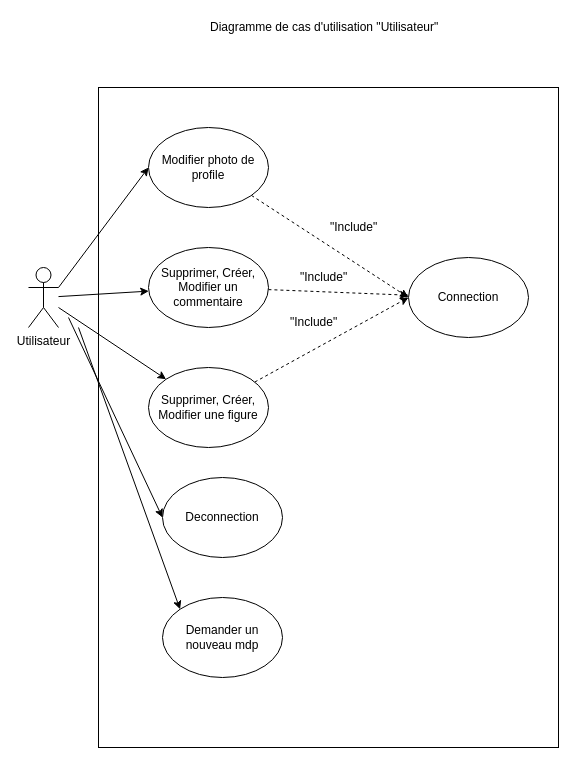
Earlier version of the draw.io diagram UMLs/Utilisation/DiagrammedeCasdUtilisationUtilisateur.drawio (erreur4045/symfony). Source tidied: cells renumbered, new cells numbered last; positions are measured from the earlier drawing's top-left corner, leaving out a move shared by most shapes. Both pictures are drawn from the tidied source at 100%, with x=0, y=0 at pixel (28, 17).
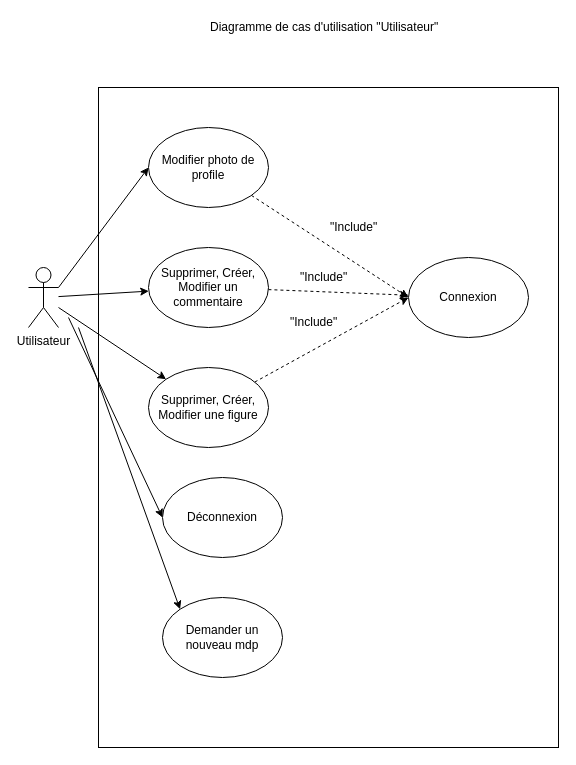
The same page after the edit.

What changed in the source:
```diff
@@
-    <mxCell id="14" value="Connection" style="ellipse;whiteSpace=wrap;html=1;rounded=0;" parent="1" vertex="1">
+    <mxCell id="14" value="Connexion" style="ellipse;whiteSpace=wrap;html=1;rounded=0;" parent="1" vertex="1">
       <mxGeometry x="380" y="240" width="120" height="80" as="geometry" />
     </mxCell>
@@
-    <mxCell id="18" value="Deconnection" style="ellipse;whiteSpace=wrap;html=1;" parent="1" vertex="1">
+    <mxCell id="18" value="Déconnexion" style="ellipse;whiteSpace=wrap;html=1;" parent="1" vertex="1">
       <mxGeometry x="134" y="460" width="120" height="80" as="geometry" />
     </mxCell>
```
